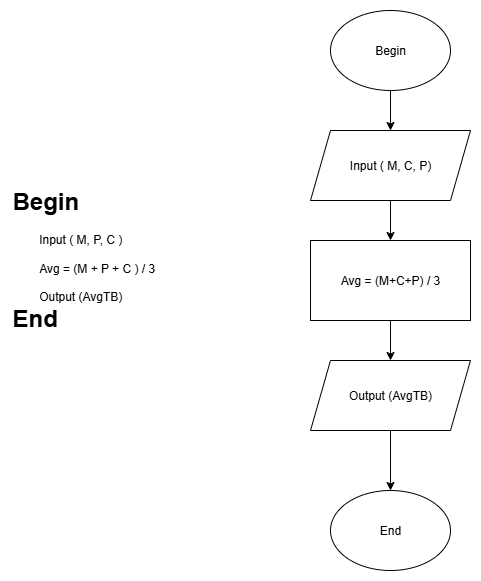
vinhdevz/C0925G1-DoThanhVinh keeps this draw.io diagram as ss3_ma_gia_luu_do/bai1.png. Above is the earlier version. Source tidied: cells renumbered, new cells last; positions are measured from the earlier drawing's top-left corner, leaving out a move shared by most shapes. Source of this version:
```xml
<mxGraphModel>
  <root>
    <mxCell id="0" />
    <mxCell id="1" parent="0" />
    <mxCell id="2" value="Begin" style="ellipse;whiteSpace=wrap;html=1;" parent="1" vertex="1">
      <mxGeometry x="320" width="120" height="80" as="geometry" />
    </mxCell>
    <mxCell id="3" value="&lt;h1 style=&quot;margin-top: 0px;&quot;&gt;Begin&lt;/h1&gt;&lt;div&gt;&lt;span style=&quot;white-space: pre;&quot;&gt;&#9;&lt;/span&gt;Input ( M, P, C )&lt;br&gt;&lt;br&gt;&lt;/div&gt;&lt;div&gt;&lt;span style=&quot;white-space: pre;&quot;&gt;&#9;&lt;/span&gt;Avg = (M + P + C ) / 3&lt;br&gt;&lt;/div&gt;&lt;div&gt;&lt;span style=&quot;white-space: pre;&quot;&gt;&#9;&lt;/span&gt;&lt;span style=&quot;white-space: pre;&quot;&gt;&#9;&lt;/span&gt;&lt;br&gt;&lt;/div&gt;&lt;div&gt;&lt;span style=&quot;white-space: pre;&quot;&gt;&#9;&lt;/span&gt;Output (AvgTB)&lt;br&gt;&lt;/div&gt;&lt;div&gt;&lt;h1 style=&quot;margin-top: 0px;&quot;&gt;End&lt;/h1&gt;&lt;/div&gt;&lt;p&gt;&lt;br&gt;&lt;/p&gt;" style="text;html=1;whiteSpace=wrap;overflow=hidden;rounded=0;" parent="1" vertex="1">
      <mxGeometry y="170" width="170" height="250" as="geometry" />
    </mxCell>
    <mxCell id="4" value="Input ( M, C, P)" style="shape=parallelogram;perimeter=parallelogramPerimeter;whiteSpace=wrap;html=1;fixedSize=1;" parent="1" vertex="1">
      <mxGeometry x="300" y="120" width="160" height="70" as="geometry" />
    </mxCell>
    <mxCell id="5" style="endArrow=classic;html=1;rounded=0;exitX=0.5;exitY=1;exitDx=0;exitDy=0;entryX=0.5;entryY=0;entryDx=0;entryDy=0;" parent="1" edge="1" source="2" target="4">
      <mxGeometry relative="1" as="geometry" />
    </mxCell>
    <mxCell id="6" style="endArrow=classic;html=1;rounded=0;exitX=0.5;exitY=1;exitDx=0;exitDy=0;entryX=0.5;entryY=0;entryDx=0;entryDy=0;" parent="1" edge="1" source="4" target="7">
      <mxGeometry relative="1" as="geometry" />
    </mxCell>
    <mxCell id="7" value="Avg = (M+C+P) / 3" style="rounded=0;whiteSpace=wrap;html=1;" parent="1" vertex="1">
      <mxGeometry x="300" y="230" width="160" height="80" as="geometry" />
    </mxCell>
    <mxCell id="8" value="Output (AvgTB)" style="shape=parallelogram;perimeter=parallelogramPerimeter;whiteSpace=wrap;html=1;fixedSize=1;" parent="1" vertex="1">
      <mxGeometry x="300" y="350" width="160" height="70" as="geometry" />
    </mxCell>
    <mxCell id="9" style="endArrow=classic;html=1;rounded=0;exitX=0.5;exitY=1;exitDx=0;exitDy=0;entryX=0.5;entryY=0;entryDx=0;entryDy=0;" parent="1" edge="1" source="7" target="8">
      <mxGeometry relative="1" as="geometry" />
    </mxCell>
    <mxCell id="10" style="endArrow=classic;html=1;rounded=0;exitX=0.5;exitY=1;exitDx=0;exitDy=0;entryX=0.5;entryY=0;entryDx=0;entryDy=0;" parent="1" edge="1" source="8" target="11">
      <mxGeometry relative="1" as="geometry" />
    </mxCell>
    <mxCell id="11" value="End" style="ellipse;whiteSpace=wrap;html=1;" parent="1" vertex="1">
      <mxGeometry x="320" y="480" width="120" height="80" as="geometry" />
    </mxCell>
  </root>
</mxGraphModel>
```
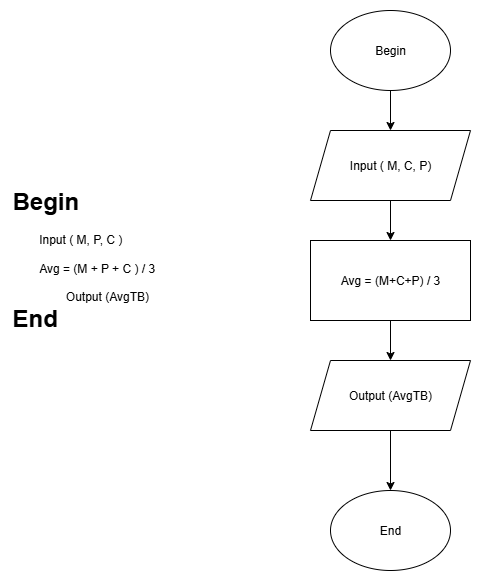
Later version of the same file.

Change to the diagram source:
```diff
@@ -5,7 +5,7 @@
     <mxCell id="2" value="Begin" style="ellipse;whiteSpace=wrap;html=1;" parent="1" vertex="1">
       <mxGeometry x="320" width="120" height="80" as="geometry" />
     </mxCell>
-    <mxCell id="3" value="&lt;h1 style=&quot;margin-top: 0px;&quot;&gt;Begin&lt;/h1&gt;&lt;div&gt;&lt;span style=&quot;white-space: pre;&quot;&gt;&#9;&lt;/span&gt;Input ( M, P, C )&lt;br&gt;&lt;br&gt;&lt;/div&gt;&lt;div&gt;&lt;span style=&quot;white-space: pre;&quot;&gt;&#9;&lt;/span&gt;Avg = (M + P + C ) / 3&lt;br&gt;&lt;/div&gt;&lt;div&gt;&lt;span style=&quot;white-space: pre;&quot;&gt;&#9;&lt;/span&gt;&lt;span style=&quot;white-space: pre;&quot;&gt;&#9;&lt;/span&gt;&lt;br&gt;&lt;/div&gt;&lt;div&gt;&lt;span style=&quot;white-space: pre;&quot;&gt;&#9;&lt;/span&gt;Output (AvgTB)&lt;br&gt;&lt;/div&gt;&lt;div&gt;&lt;h1 style=&quot;margin-top: 0px;&quot;&gt;End&lt;/h1&gt;&lt;/div&gt;&lt;p&gt;&lt;br&gt;&lt;/p&gt;" style="text;html=1;whiteSpace=wrap;overflow=hidden;rounded=0;" parent="1" vertex="1">
+    <mxCell id="3" value="&lt;h1 style=&quot;margin-top: 0px;&quot;&gt;Begin&lt;/h1&gt;&lt;div&gt;&lt;span style=&quot;white-space: pre;&quot;&gt;&#9;&lt;/span&gt;Input ( M, P, C )&lt;br&gt;&lt;br&gt;&lt;/div&gt;&lt;div&gt;&lt;span style=&quot;white-space: pre;&quot;&gt;&#9;&lt;/span&gt;Avg = (M + P + C ) / 3&lt;br&gt;&lt;/div&gt;&lt;div&gt;&lt;span style=&quot;white-space: pre;&quot;&gt;&#9;&lt;/span&gt;&lt;span style=&quot;white-space: pre;&quot;&gt;&#9;&lt;/span&gt;&lt;br&gt;&lt;/div&gt;&lt;div&gt;&lt;span style=&quot;white-space: pre;&quot;&gt;&#9;&lt;/span&gt;&lt;span style=&quot;white-space: pre;&quot;&gt;&#9;&lt;/span&gt;Output (AvgTB)&lt;br&gt;&lt;/div&gt;&lt;div&gt;&lt;h1 style=&quot;margin-top: 0px;&quot;&gt;End&lt;/h1&gt;&lt;/div&gt;&lt;p&gt;&lt;br&gt;&lt;/p&gt;" style="text;html=1;whiteSpace=wrap;overflow=hidden;rounded=0;" parent="1" vertex="1">
       <mxGeometry y="170" width="170" height="250" as="geometry" />
     </mxCell>
     <mxCell id="4" value="Input ( M, C, P)" style="shape=parallelogram;perimeter=parallelogramPerimeter;whiteSpace=wrap;html=1;fixedSize=1;" parent="1" vertex="1">
```
